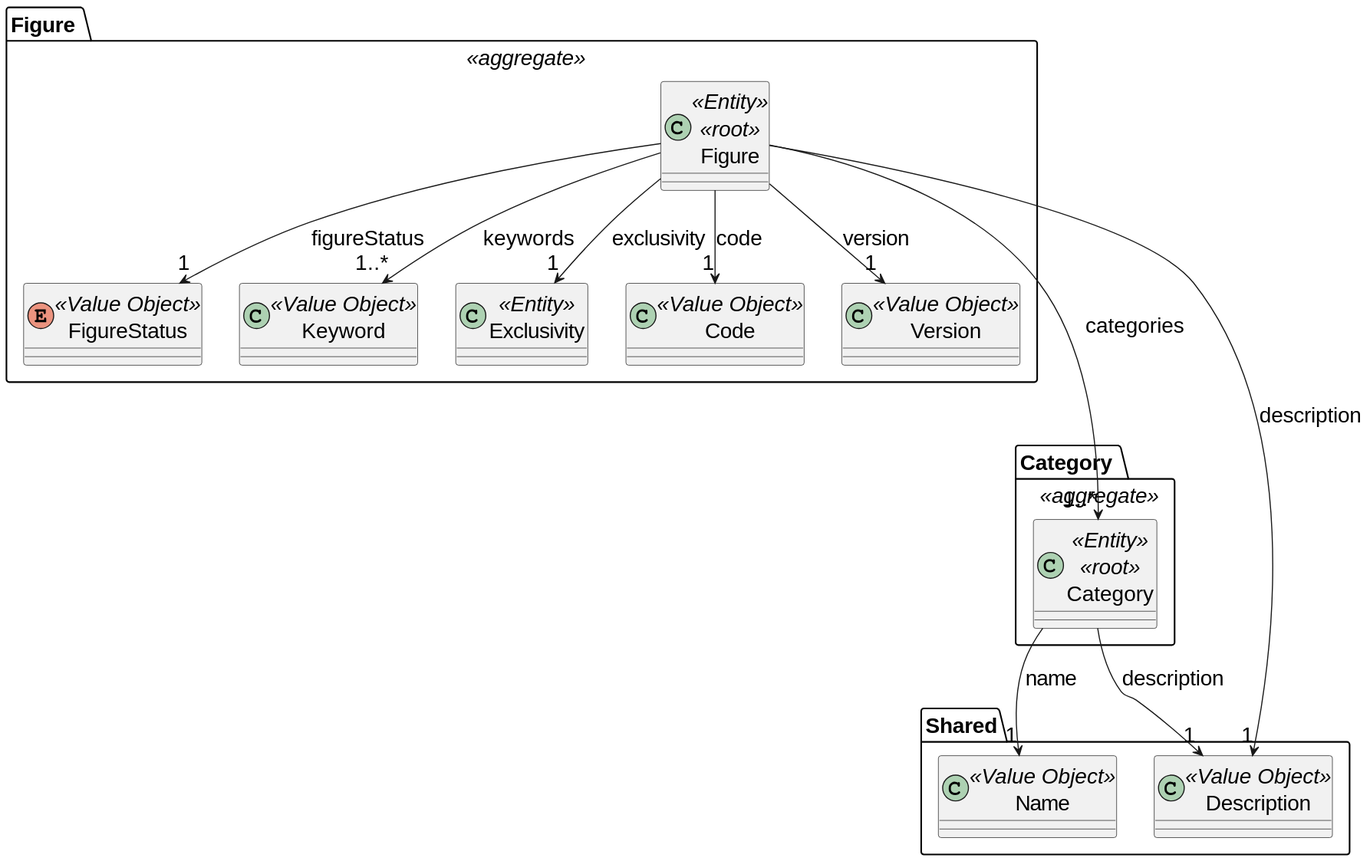
Above: docs/SPRINT_2/US231/images/domain_model_us231.svg in diogoveirospro/sem4pi-2024-2025-sem4pi_2024_2025_g44 (PlantUML), before the change.
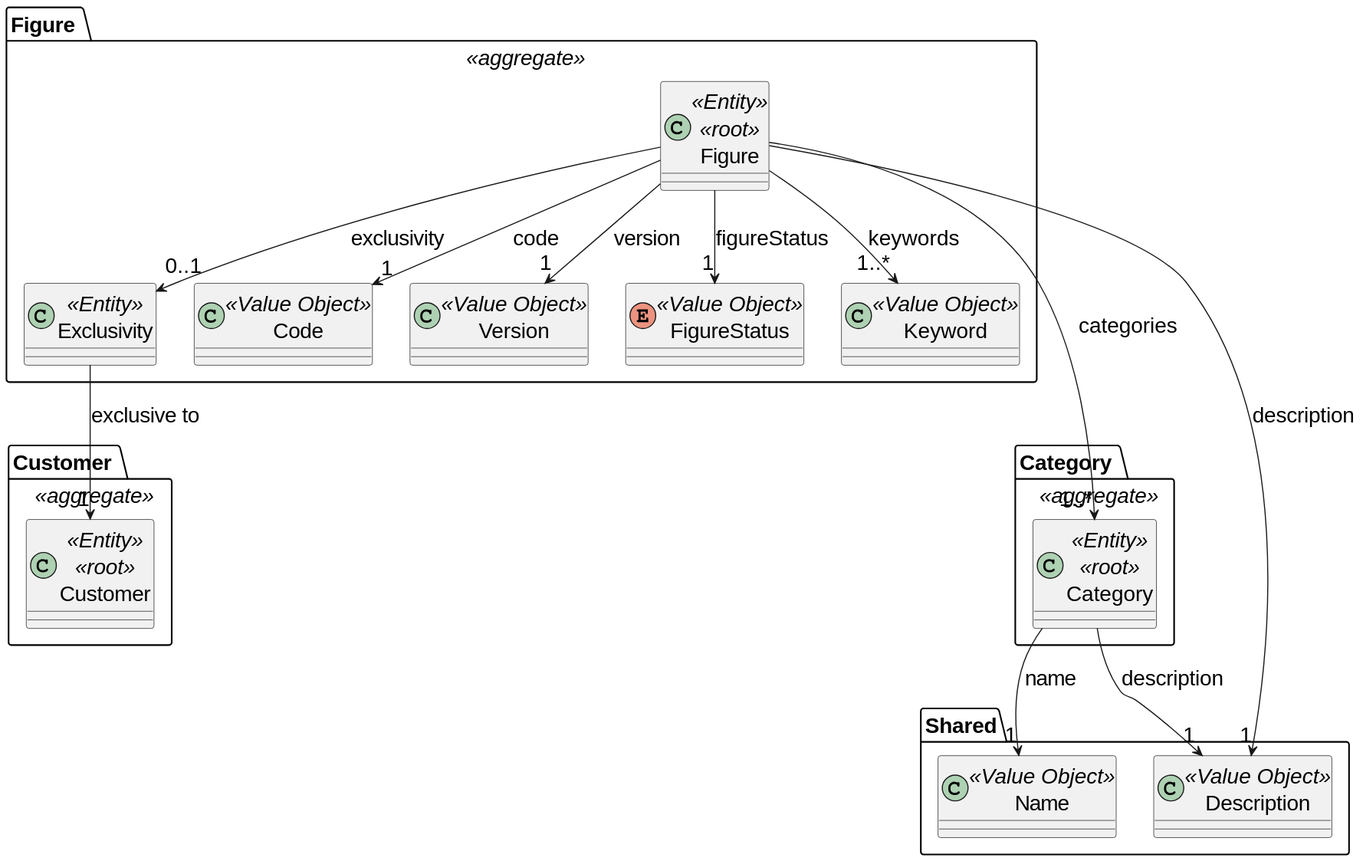
After the commit.

Commit message:
#6 #21 #22 #23 Correction of the cardinality of the link between the figure and the exclusivity in some models.

What changed in the source:
```diff
@@ -1,5 +1,11 @@
 @startuml
 skinparamlocked defaultFontSize 20
+
+package "Customer " <<aggregate>> {
+    class Customer <<Entity>> <<root>>{
+    }
+
+}
 
 package "Figure " <<aggregate>> {
 
@@ -23,10 +29,12 @@
 
 
     Figure --> "1..*" Keyword: keywords
-    Figure --> "1" Exclusivity: exclusivity
+    Figure --> "0..1" Exclusivity: exclusivity
     Figure --> "1" Code: code
     Figure --> "1" Version: version
     Figure --> "1" FigureStatus: figureStatus
+
+    Exclusivity --> "1" Customer: exclusive to
 }
 
 package "Category " <<aggregate>>{
```
